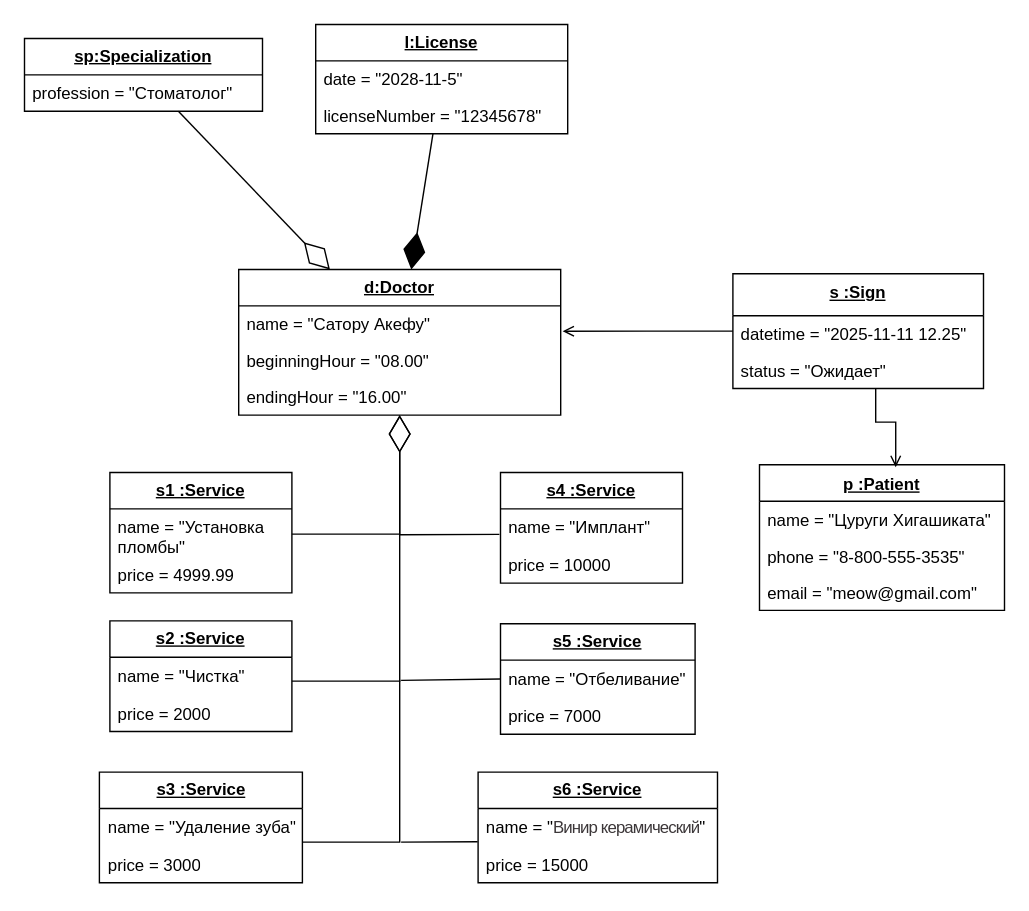
Earlier version of the draw.io diagram page "объектов" (6 of 6) of 2 лаба.drawio (Encorsio23/OOAPGovorovMikhailitsinMuslimov). Source tidied: cells renumbered, new cells numbered last; positions are measured from the earlier drawing's top-left corner, leaving out a move shared by most shapes. Both pictures are drawn from the tidied source at 140%, with x=0, y=0 at pixel (24, 24).
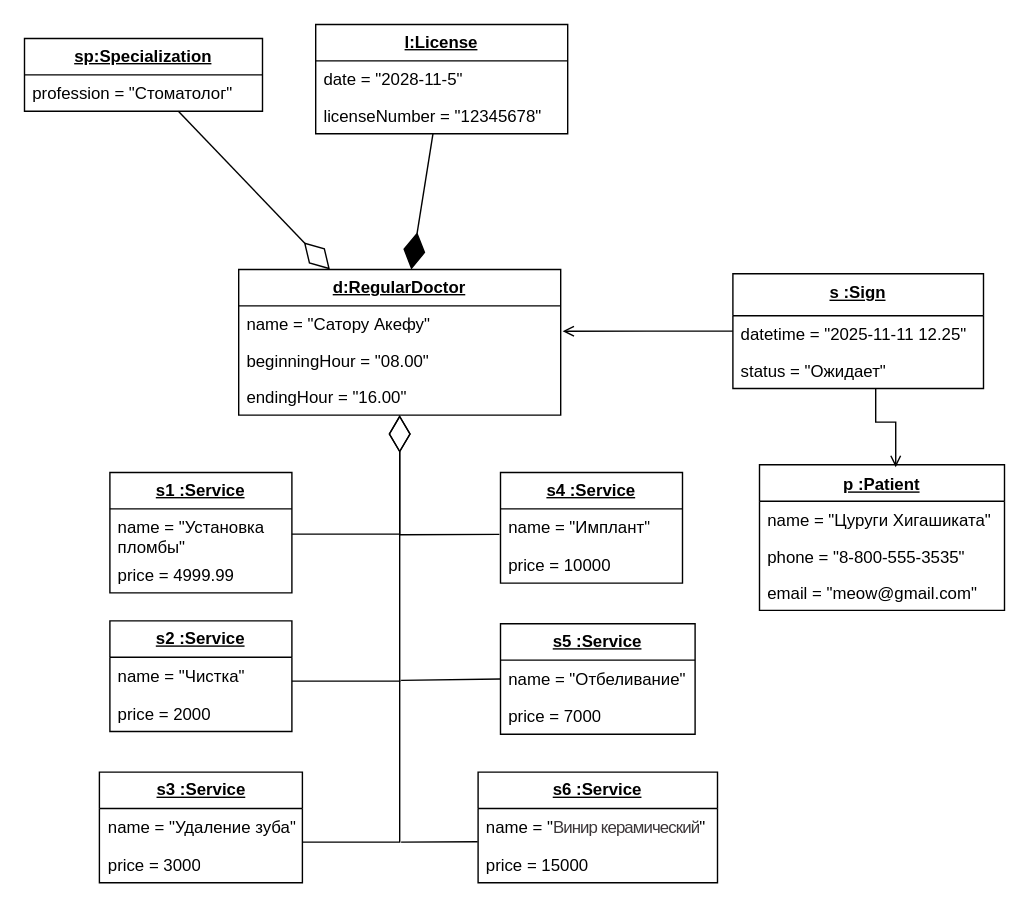
Above is the later version.

What changed in the source:
```diff
@@
-    <mxCell id="8" value="&lt;span style=&quot;font-weight: 700;&quot;&gt;&lt;u&gt;d:Doctor&lt;/u&gt;&lt;/span&gt;" style="swimlane;fontStyle=0;horizontal=1;startSize=26;fillColor=none;whiteSpace=wrap;html=1;" parent="1" vertex="1">
+    <mxCell id="8" value="&lt;span style=&quot;font-weight: 700;&quot;&gt;&lt;u&gt;d:RegularDoctor&lt;/u&gt;&lt;/span&gt;" style="swimlane;fontStyle=0;horizontal=1;startSize=26;fillColor=none;whiteSpace=wrap;html=1;" parent="1" vertex="1">
       <mxGeometry x="153" y="175" width="230" height="104" as="geometry" />
     </mxCell>
```
